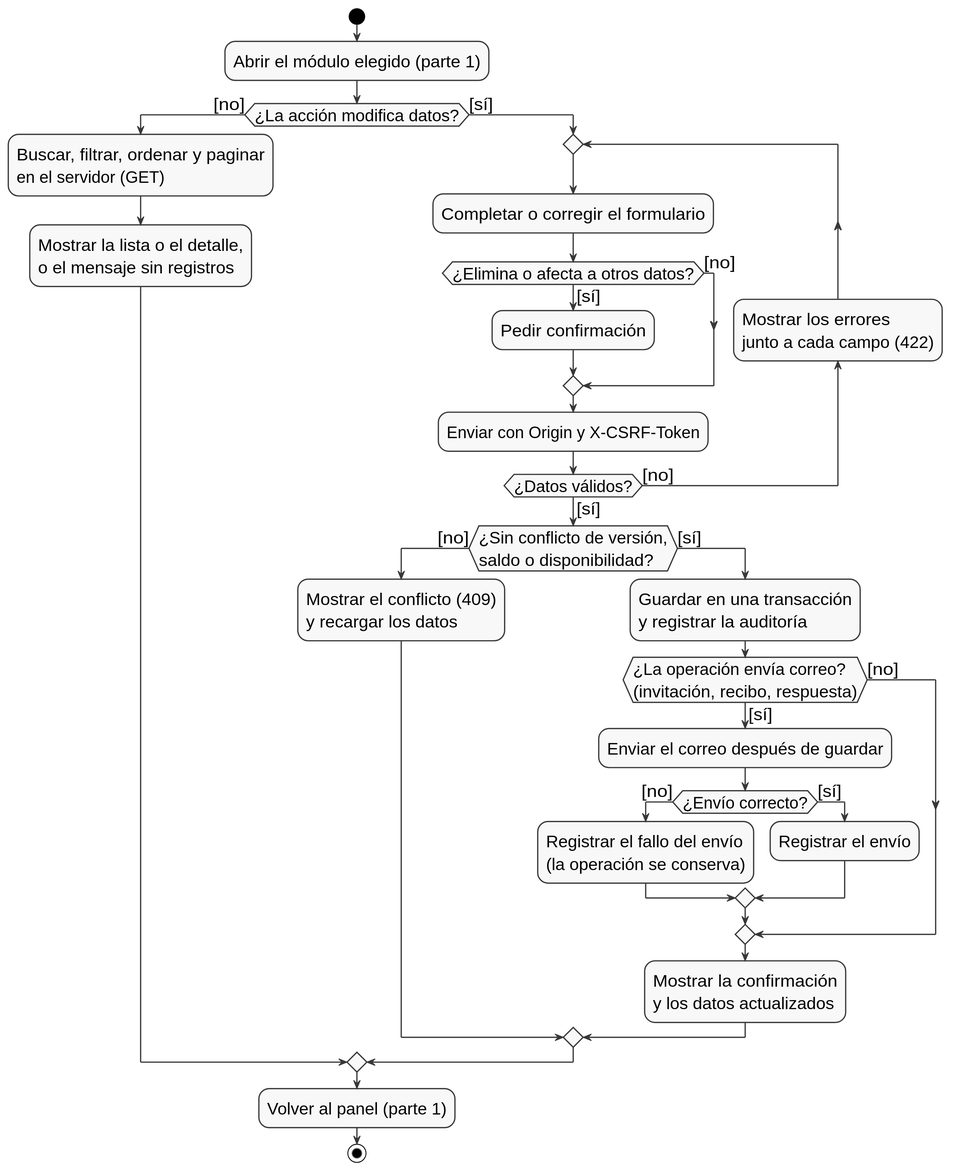
Earlier version of the PlantUML export docs/entrega-objetivos/actividades/actividades-administrador-parte2.svg (yilberDev/SoftPh-Academico).
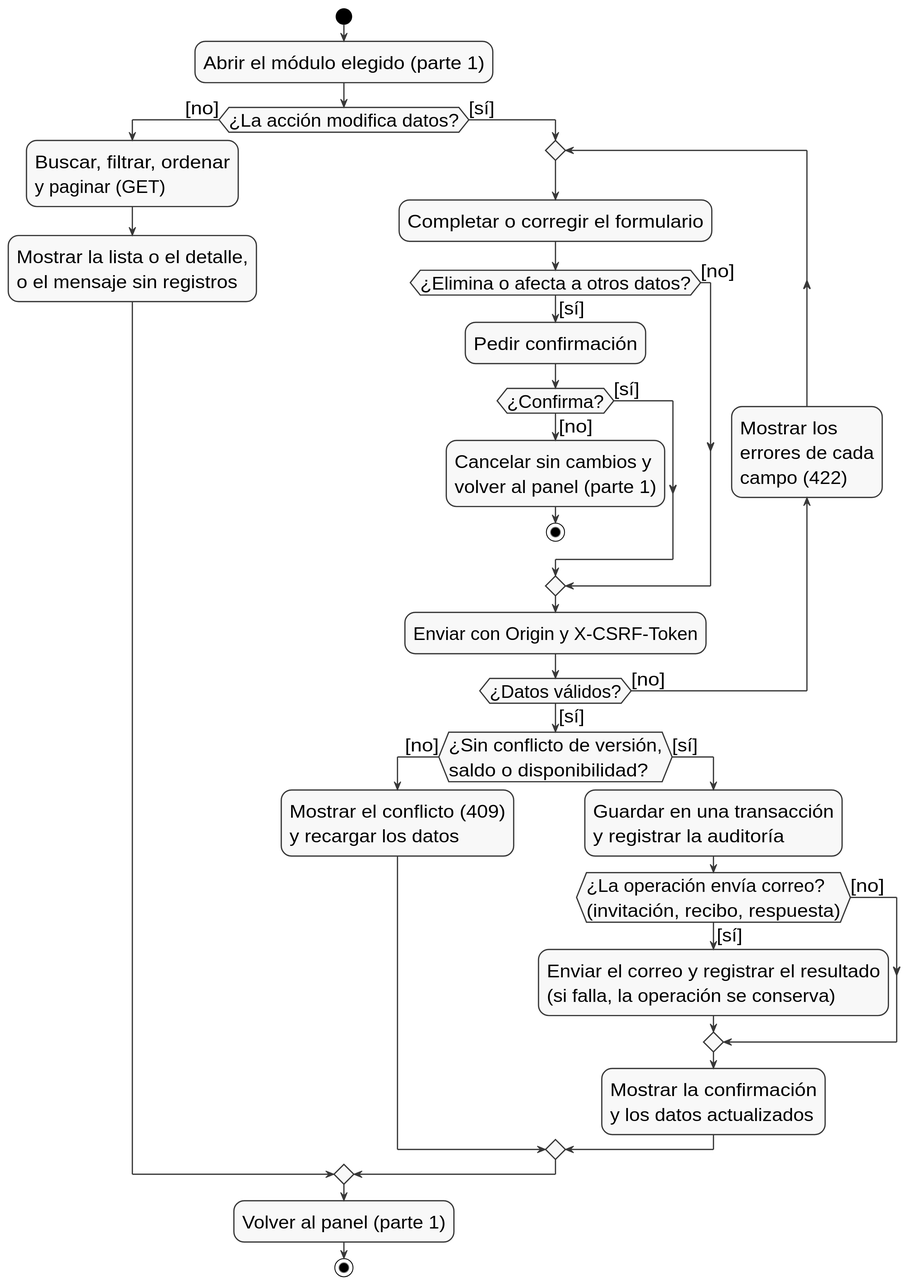
The same file after the commit.

Change to the diagram source:
```diff
@@ -4,35 +4,35 @@
 skinparam backgroundColor white
 skinparam shadowing false
 skinparam defaultFontName Helvetica
-skinparam defaultFontSize 20
+skinparam defaultFontSize 22
 
 
 start
 :Abrir el módulo elegido (parte 1);
 if (¿La acción modifica datos?) then ([no])
-  :Buscar, filtrar, ordenar y paginar\nen el servidor (GET);
+  :Buscar, filtrar, ordenar\ny paginar (GET);
   :Mostrar la lista o el detalle,\no el mensaje sin registros;
 else ([sí])
   repeat
     :Completar o corregir el formulario;
     if (¿Elimina o afecta a otros datos?) then ([sí])
       :Pedir confirmación;
+      if (¿Confirma?) then ([no])
+        :Cancelar sin cambios y\nvolver al panel (parte 1);
+        stop
+      else ([sí])
+      endif
     else ([no])
     endif
     :Enviar con Origin y X-CSRF-Token;
-  backward:Mostrar los errores\njunto a cada campo (422);
+  backward:Mostrar los\nerrores de cada\ncampo (422);
   repeat while (¿Datos válidos?) is ([no]) not ([sí])
   if (¿Sin conflicto de versión,\nsaldo o disponibilidad?) then ([no])
     :Mostrar el conflicto (409)\ny recargar los datos;
   else ([sí])
     :Guardar en una transacción\ny registrar la auditoría;
     if (¿La operación envía correo?\n(invitación, recibo, respuesta)) then ([sí])
-      :Enviar el correo después de guardar;
-      if (¿Envío correcto?) then ([no])
-        :Registrar el fallo del envío\n(la operación se conserva);
-      else ([sí])
-        :Registrar el envío;
-      endif
+      :Enviar el correo y registrar el resultado\n(si falla, la operación se conserva);
     else ([no])
     endif
     :Mostrar la confirmación\ny los datos actualizados;
```
